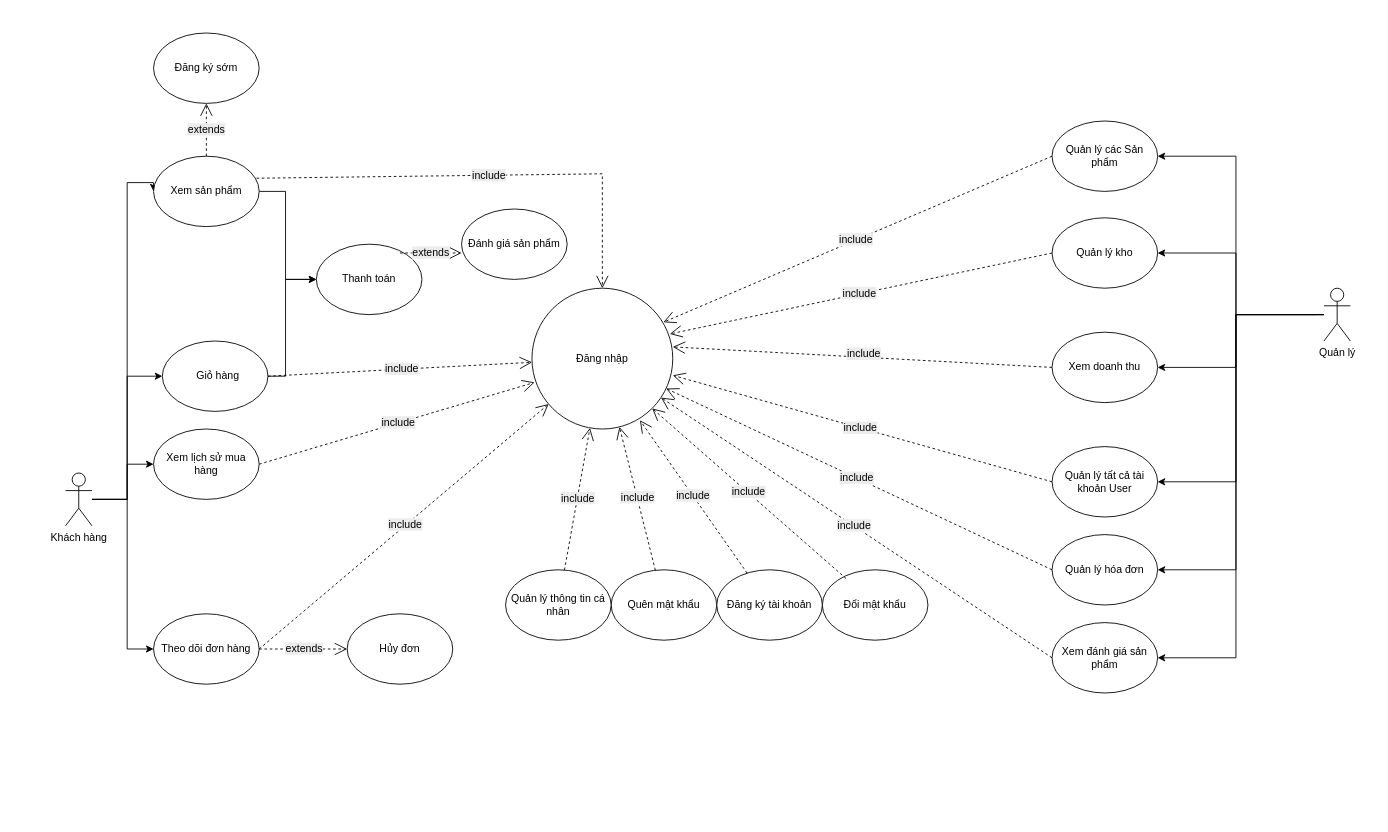
Before: bandocongnghe/use case.drawio in ln678090/Duan1, a draw.io diagram. Source tidied: cells renumbered, new cells numbered last; positions are measured from the earlier drawing's top-left corner, leaving out a move shared by most shapes. Both pictures are drawn from the tidied source at 88%, with x=0, y=0 at pixel (65, 33).
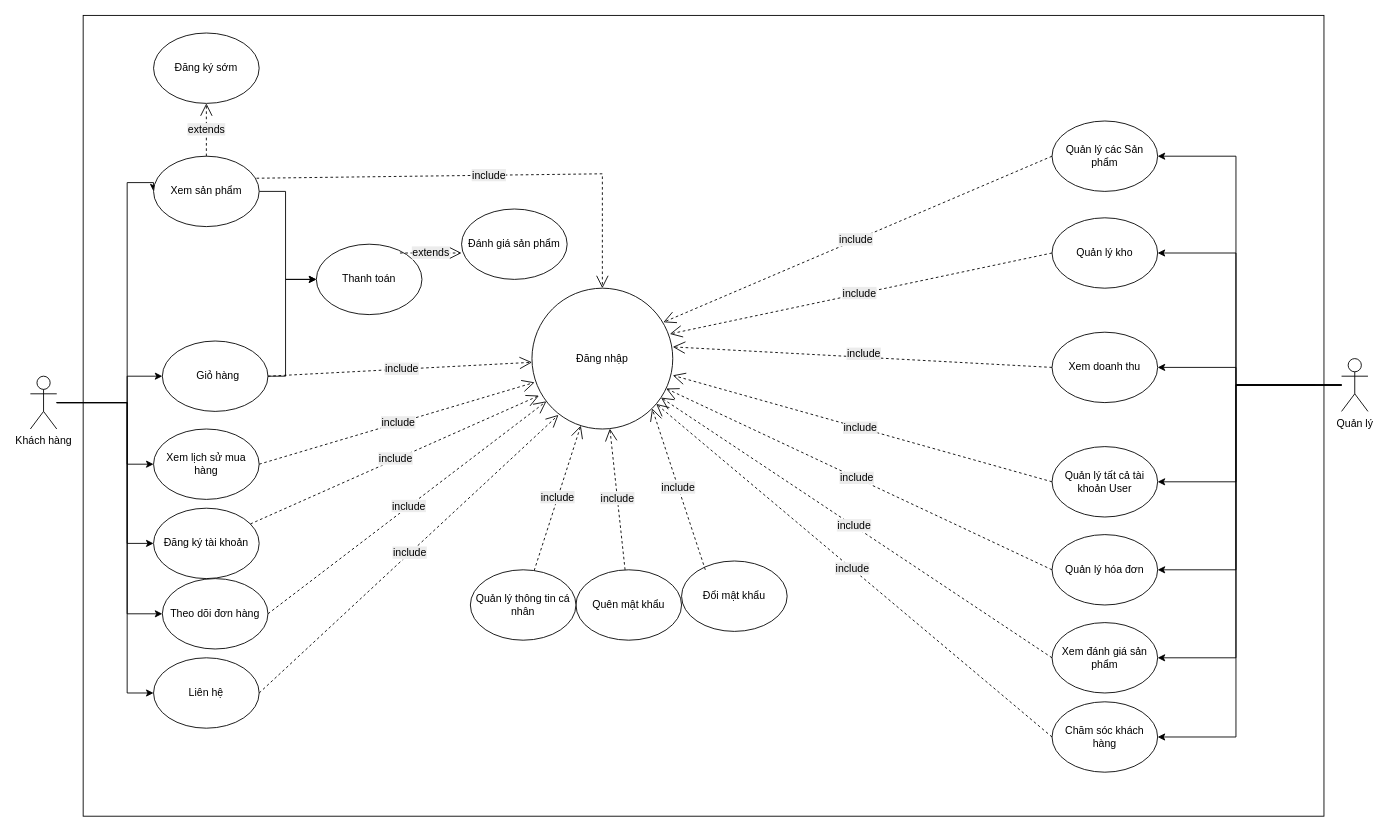
The same diagram, later.

The change refers to these unchanged cells:
```xml
<mxCell id="11" value="Đăng nhập" style="ellipse;whiteSpace=wrap;html=1;" parent="1" vertex="1">
  <mxGeometry x="530" y="290" width="160" height="160" as="geometry" />
</mxCell>
<mxCell id="13" value="Quản lý hóa đơn" style="ellipse;whiteSpace=wrap;html=1;" parent="1" vertex="1">
  <mxGeometry x="1121" y="570" width="120" height="80" as="geometry" />
</mxCell>
<mxCell id="16" value="&amp;nbsp; Giỏ hàng" style="ellipse;whiteSpace=wrap;html=1;" parent="1" vertex="1">
  <mxGeometry x="110" y="350" width="120" height="80" as="geometry" />
</mxCell>
<mxCell id="25" value="Quản lý tất cả tài khoản User" style="ellipse;whiteSpace=wrap;html=1;" parent="1" vertex="1">
  <mxGeometry x="1121" y="470" width="120" height="80" as="geometry" />
</mxCell>
<mxCell id="30" value="Quản lý các Sản phẩm" style="ellipse;whiteSpace=wrap;html=1;" parent="1" vertex="1">
  <mxGeometry x="1121" y="100" width="120" height="80" as="geometry" />
</mxCell>
<mxCell id="32" value="Quản lý kho" style="ellipse;whiteSpace=wrap;html=1;" parent="1" vertex="1">
  <mxGeometry x="1121" y="210" width="120" height="80" as="geometry" />
</mxCell>
<mxCell id="35" value="Xem lịch sử mua hàng" style="ellipse;whiteSpace=wrap;html=1;" parent="1" vertex="1">
  <mxGeometry x="100" y="450" width="120" height="80" as="geometry" />
</mxCell>
<mxCell id="41" value="Xem doanh thu" style="ellipse;whiteSpace=wrap;html=1;" parent="1" vertex="1">
  <mxGeometry x="1121" y="340" width="120" height="80" as="geometry" />
</mxCell>
<mxCell id="42" value="Xem đánh giá sản phẩm" style="ellipse;whiteSpace=wrap;html=1;" parent="1" vertex="1">
  <mxGeometry x="1121" y="670" width="120" height="80" as="geometry" />
</mxCell>
<mxCell id="44" value="Xem sản phẩm" style="ellipse;whiteSpace=wrap;html=1;" parent="1" vertex="1">
  <mxGeometry x="100" y="140" width="120" height="80" as="geometry" />
</mxCell>
```

Diff of the diagram source:
```diff
@@
+    <mxCell id="52" style="rounded=0;whiteSpace=wrap;html=1;" parent="1" vertex="1">
+      <mxGeometry x="20" y="-20" width="1410" height="910" as="geometry" />
+    </mxCell>
     <mxCell id="2" style="edgeStyle=orthogonalEdgeStyle;rounded=0;jettySize=auto;html=1;" parent="1" edge="1" source="6" target="35">
       <mxGeometry relative="1" as="geometry">
         <Array as="points">
-          <mxPoint x="70" y="530" />
+          <mxPoint x="70" y="420" />
           <mxPoint x="70" y="490" />
         </Array>
       </mxGeometry>
     </mxCell>
     <mxCell id="3" style="edgeStyle=orthogonalEdgeStyle;rounded=0;jettySize=auto;html=1;entryX=0;entryY=0.5;entryDx=0;entryDy=0;" parent="1" edge="1" source="6" target="38">
       <mxGeometry relative="1" as="geometry">
         <Array as="points">
-          <mxPoint x="70" y="530" />
-          <mxPoint x="70" y="700" />
+          <mxPoint x="70" y="420" />
+          <mxPoint x="70" y="660" />
         </Array>
       </mxGeometry>
     </mxCell>
     <mxCell id="4" style="edgeStyle=orthogonalEdgeStyle;rounded=0;jettySize=auto;html=1;entryX=0;entryY=0.5;entryDx=0;entryDy=0;" parent="1" edge="1" source="6" target="44">
       <mxGeometry relative="1" as="geometry">
         <Array as="points">
-          <mxPoint x="70" y="530" />
+          <mxPoint x="70" y="420" />
           <mxPoint x="70" y="170" />
+          <mxPoint x="100" y="170" />
         </Array>
       </mxGeometry>
     </mxCell>
     <mxCell id="5" style="edgeStyle=orthogonalEdgeStyle;rounded=0;jettySize=auto;html=1;entryX=0;entryY=0.5;entryDx=0;entryDy=0;" parent="1" edge="1" source="6" target="16">
       <mxGeometry relative="1" as="geometry">
         <Array as="points">
-          <mxPoint x="70" y="530" />
+          <mxPoint x="70" y="420" />
           <mxPoint x="70" y="390" />
         </Array>
       </mxGeometry>
     </mxCell>
+    <mxCell id="53" style="edgeStyle=orthogonalEdgeStyle;rounded=0;jettySize=auto;html=1;" parent="1" edge="1" source="6" target="21">
+      <mxGeometry relative="1" as="geometry">
+        <Array as="points">
+          <mxPoint x="70" y="420" />
+          <mxPoint x="70" y="580" />
+        </Array>
+      </mxGeometry>
+    </mxCell>
+    <mxCell id="54" style="edgeStyle=orthogonalEdgeStyle;rounded=0;jettySize=auto;html=1;entryX=0;entryY=0.5;entryDx=0;entryDy=0;" parent="1" edge="1" source="6" target="56">
+      <mxGeometry relative="1" as="geometry">
+        <Array as="points">
+          <mxPoint x="70" y="420" />
+          <mxPoint x="70" y="750" />
+        </Array>
+      </mxGeometry>
+    </mxCell>
     <mxCell id="6" value="Khách hàng&lt;div&gt;&lt;br&gt;&lt;/div&gt;" style="shape=umlActor;verticalLabelPosition=bottom;verticalAlign=top;html=1;outlineConnect=0;" parent="1" vertex="1">
-      <mxGeometry y="500" width="30" height="60" as="geometry" />
+      <mxGeometry x="-40" y="390" width="30" height="60" as="geometry" />
     </mxCell>
     <mxCell id="7" style="edgeStyle=orthogonalEdgeStyle;rounded=0;jettySize=auto;html=1;entryX=1;entryY=0.5;entryDx=0;entryDy=0;" parent="1" edge="1" source="10" target="25">
       <mxGeometry relative="1" as="geometry">
         <Array as="points">
-          <mxPoint x="1330" y="320" />
+          <mxPoint x="1330" y="400" />
           <mxPoint x="1330" y="510" />
         </Array>
       </mxGeometry>
     </mxCell>
     <mxCell id="8" style="edgeStyle=orthogonalEdgeStyle;rounded=0;jettySize=auto;html=1;entryX=1;entryY=0.5;entryDx=0;entryDy=0;" parent="1" edge="1" source="10" target="30">
       <mxGeometry relative="1" as="geometry">
         <Array as="points">
-          <mxPoint x="1330" y="320" />
+          <mxPoint x="1330" y="400" />
           <mxPoint x="1330" y="140" />
         </Array>
       </mxGeometry>
     </mxCell>
     <mxCell id="9" style="edgeStyle=orthogonalEdgeStyle;rounded=0;jettySize=auto;html=1;entryX=1;entryY=0.5;entryDx=0;entryDy=0;" parent="1" edge="1" source="10" target="42">
       <mxGeometry relative="1" as="geometry">
         <Array as="points">
-          <mxPoint x="1330" y="320" />
+          <mxPoint x="1330" y="400" />
           <mxPoint x="1330" y="710" />
         </Array>
       </mxGeometry>
     </mxCell>
+    <mxCell id="55" style="edgeStyle=orthogonalEdgeStyle;rounded=0;jettySize=auto;html=1;entryX=1;entryY=0.5;entryDx=0;entryDy=0;" parent="1" edge="1" source="10" target="57">
+      <mxGeometry relative="1" as="geometry">
+        <Array as="points">
+          <mxPoint x="1330" y="400" />
+          <mxPoint x="1330" y="800" />
+        </Array>
+      </mxGeometry>
+    </mxCell>
     <mxCell id="10" value="Quản lý" style="shape=umlActor;verticalLabelPosition=bottom;verticalAlign=top;html=1;outlineConnect=0;" parent="1" vertex="1">
-      <mxGeometry x="1430" y="290" width="30" height="60" as="geometry" />
+      <mxGeometry x="1450" y="370" width="30" height="60" as="geometry" />
     </mxCell>
@@
     <mxCell id="14" style="edgeStyle=orthogonalEdgeStyle;rounded=0;jettySize=auto;html=1;entryX=1;entryY=0.5;entryDx=0;entryDy=0;" parent="1" edge="1" target="13">
       <mxGeometry relative="1" as="geometry">
-        <mxPoint x="1420" y="320" as="sourcePoint" />
+        <mxPoint x="1420" y="400" as="sourcePoint" />
         <Array as="points">
-          <mxPoint x="1330" y="320" />
+          <mxPoint x="1330" y="400" />
           <mxPoint x="1330" y="610" />
         </Array>
       </mxGeometry>
     </mxCell>
@@
     <mxCell id="19" value="Quên mật khẩu" style="ellipse;whiteSpace=wrap;html=1;" parent="1" vertex="1">
-      <mxGeometry x="620" y="610" width="120" height="80" as="geometry" />
+      <mxGeometry x="580" y="610" width="120" height="80" as="geometry" />
     </mxCell>
     <mxCell id="20" value="Đổi mật khẩu" style="ellipse;whiteSpace=wrap;html=1;" parent="1" vertex="1">
-      <mxGeometry x="860" y="610" width="120" height="80" as="geometry" />
+      <mxGeometry x="700" y="600" width="120" height="80" as="geometry" />
     </mxCell>
     <mxCell id="21" value="Đăng ký tài khoản" style="ellipse;whiteSpace=wrap;html=1;" parent="1" vertex="1">
-      <mxGeometry x="740" y="610" width="120" height="80" as="geometry" />
+      <mxGeometry x="100" y="540" width="120" height="80" as="geometry" />
     </mxCell>
-    <mxCell id="22" value="&lt;span style=&quot;font-size: 12px; text-wrap-mode: wrap; background-color: rgb(236, 236, 236);&quot;&gt;include&lt;/span&gt;" style="endArrow=open;endSize=12;dashed=1;html=1;rounded=0;entryX=0.767;entryY=0.938;entryDx=0;entryDy=0;entryPerimeter=0;" parent="1" edge="1" source="21" target="11">
+    <mxCell id="22" value="&lt;span style=&quot;font-size: 12px; text-wrap-mode: wrap; background-color: rgb(236, 236, 236);&quot;&gt;include&lt;/span&gt;" style="endArrow=open;endSize=12;dashed=1;html=1;rounded=0;entryX=0.05;entryY=0.763;entryDx=0;entryDy=0;entryPerimeter=0;" parent="1" edge="1" source="21" target="11">
       <mxGeometry x="0.01" relative="1" as="geometry" />
     </mxCell>
@@
     <mxCell id="27" value="Quản lý thông tin cá nhân" style="ellipse;whiteSpace=wrap;html=1;" parent="1" vertex="1">
-      <mxGeometry x="500" y="610" width="120" height="80" as="geometry" />
+      <mxGeometry x="460" y="610" width="120" height="80" as="geometry" />
     </mxCell>
@@
     <mxCell id="34" style="edgeStyle=orthogonalEdgeStyle;rounded=0;jettySize=auto;html=1;entryX=1;entryY=0.5;entryDx=0;entryDy=0;" parent="1" edge="1" source="10" target="32">
       <mxGeometry relative="1" as="geometry">
         <Array as="points">
-          <mxPoint x="1330" y="320" />
+          <mxPoint x="1330" y="400" />
           <mxPoint x="1330" y="250" />
         </Array>
       </mxGeometry>
     </mxCell>
@@
     <mxCell id="38" value="Theo dõi đơn hàng" style="ellipse;whiteSpace=wrap;html=1;" parent="1" vertex="1">
-      <mxGeometry x="100" y="660" width="120" height="80" as="geometry" />
+      <mxGeometry x="110" y="620" width="120" height="80" as="geometry" />
     </mxCell>
@@
     <mxCell id="40" style="edgeStyle=orthogonalEdgeStyle;rounded=0;jettySize=auto;html=1;" parent="1" edge="1" source="10" target="41">
       <mxGeometry relative="1" as="geometry">
         <Array as="points">
-          <mxPoint x="1330" y="320" />
+          <mxPoint x="1330" y="400" />
           <mxPoint x="1330" y="380" />
         </Array>
       </mxGeometry>
     </mxCell>
@@
-    <mxCell id="48" value="Hủy đơn" style="ellipse;whiteSpace=wrap;html=1;" parent="1" vertex="1">
-      <mxGeometry x="320" y="660" width="120" height="80" as="geometry" />
-    </mxCell>
-    <mxCell id="49" value="&lt;span style=&quot;font-size: 12px; text-wrap-mode: wrap; background-color: rgb(236, 236, 236);&quot;&gt;extends&lt;/span&gt;" style="endArrow=open;endSize=12;dashed=1;html=1;rounded=0;entryX=0;entryY=0.5;entryDx=0;entryDy=0;" parent="1" edge="1" target="48">
-      <mxGeometry x="0.01" relative="1" as="geometry">
-        <mxPoint x="220" y="700" as="sourcePoint" />
-      </mxGeometry>
-    </mxCell>
@@
+    <mxCell id="56" value="Liên hệ" style="ellipse;whiteSpace=wrap;html=1;" parent="1" vertex="1">
+      <mxGeometry x="100" y="710" width="120" height="80" as="geometry" />
+    </mxCell>
+    <mxCell id="57" value="Chăm sóc khách hàng" style="ellipse;whiteSpace=wrap;html=1;" parent="1" vertex="1">
+      <mxGeometry x="1121" y="760" width="120" height="80" as="geometry" />
+    </mxCell>
+    <mxCell id="58" value="&lt;span style=&quot;font-size: 12px; text-wrap-mode: wrap; background-color: rgb(236, 236, 236);&quot;&gt;include&lt;/span&gt;" style="endArrow=open;endSize=12;dashed=1;html=1;rounded=0;exitX=0;exitY=0.5;exitDx=0;exitDy=0;" parent="1" edge="1" source="57" target="11">
+      <mxGeometry x="0.01" relative="1" as="geometry" />
+    </mxCell>
+    <mxCell id="59" value="&lt;span style=&quot;font-size: 12px; text-wrap-mode: wrap; background-color: rgb(236, 236, 236);&quot;&gt;include&lt;/span&gt;" style="endArrow=open;endSize=12;dashed=1;html=1;rounded=0;exitX=1;exitY=0.5;exitDx=0;exitDy=0;entryX=0.188;entryY=0.9;entryDx=0;entryDy=0;entryPerimeter=0;" parent="1" edge="1" source="56" target="11">
+      <mxGeometry x="0.01" relative="1" as="geometry" />
+    </mxCell>
```
